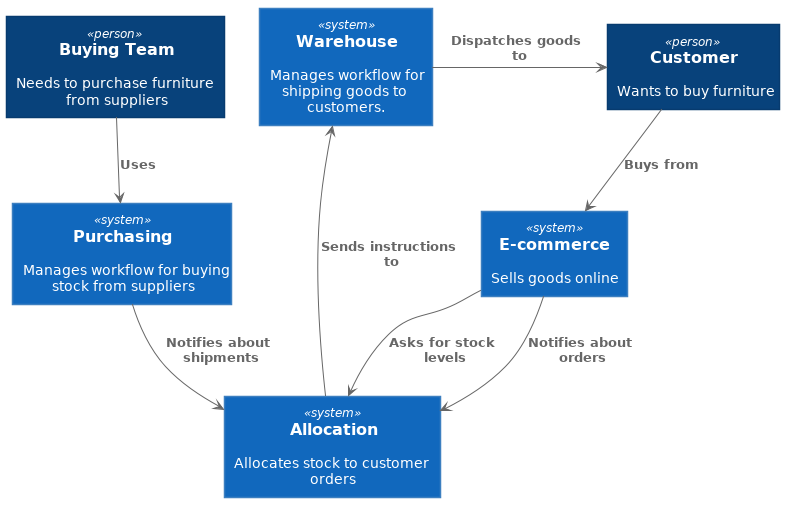
The PlantUML diagram images/allocation_context_diagram.png in cosmicpython/book, before a commit.
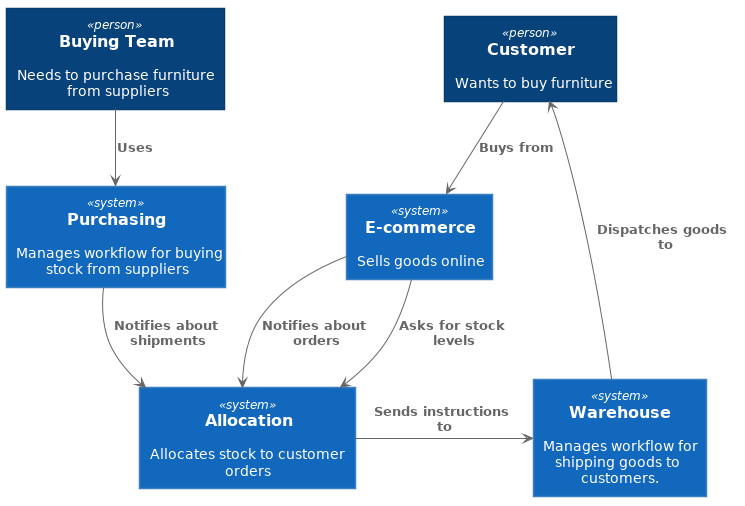
Above is the later version.

Commit message:
new allocation diagram image

Change to the diagram source:
```diff
@@ -172,8 +172,6 @@
 ecom --> systema : "===Asks for stock levels"
 ecom --> systema : "===Notifies about orders"
 systema -RIGHT-> warehouse : "===Sends instructions to"
-warehouse -RIGHT-> customer : "===Dispatches goods to"
-ecom -[hidden]U- warehouse
-buyer -[hidden]R- warehouse
+warehouse -UP-> customer : "===Dispatches goods to"
 
 @enduml
```
